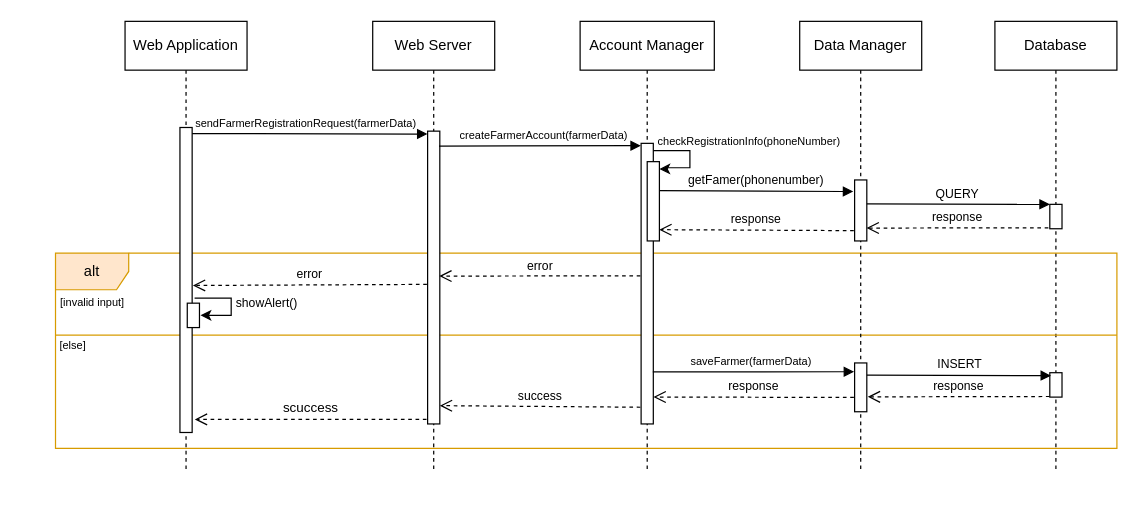
This is page "FM-registration-UC6" (1 of 14) of DD/UML/Runtime.drawio from ictar/DREAM-SE2-Project-2022, a draw.io file, before an edit. Source tidied: cells renumbered, new cells numbered last; positions are measured from the earlier drawing's top-left corner, leaving out a move shared by most shapes. Both pictures are drawn from the tidied source at 122%, with x=0, y=0 at pixel (21, 21).
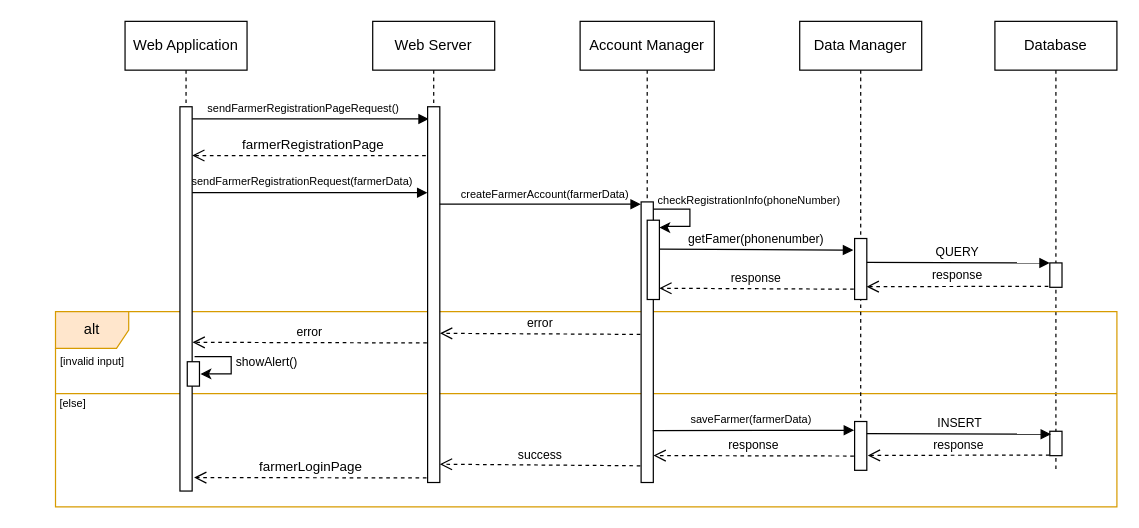
After the change.

Unchanged cells that the change refers to:
```xml
<mxCell id="2" value="Database" style="shape=umlLifeline;perimeter=lifelinePerimeter;whiteSpace=wrap;html=1;" parent="1" vertex="1">
  <mxGeometry x="798" width="100" height="370" as="geometry" />
</mxCell>
<mxCell id="8" value="Web Application" style="shape=umlLifeline;perimeter=lifelinePerimeter;whiteSpace=wrap;html=1;outlineConnect=0;" parent="1" vertex="1">
  <mxGeometry x="85" width="100" height="370" as="geometry" />
</mxCell>
<mxCell id="15" value="Account Manager" style="shape=umlLifeline;perimeter=lifelinePerimeter;whiteSpace=wrap;html=1;" parent="1" vertex="1">
  <mxGeometry x="458" width="110" height="370" as="geometry" />
</mxCell>
<mxCell id="19" value="Data Manager" style="shape=umlLifeline;perimeter=lifelinePerimeter;whiteSpace=wrap;html=1;" parent="1" vertex="1">
  <mxGeometry x="638" width="100" height="370" as="geometry" />
</mxCell>
```

Change to the diagram source:
```diff
@@
+    <mxCell id="38" value="farmerRegistrationPage" style="html=1;verticalAlign=bottom;endArrow=open;dashed=1;endSize=8;rounded=0;" parent="1" edge="1" source="9">
+      <mxGeometry relative="1" as="geometry">
+        <mxPoint x="140" y="110" as="targetPoint" />
+      </mxGeometry>
+    </mxCell>
+    <mxCell id="39" value="&lt;font style=&quot;font-size: 9px&quot;&gt;sendFarmerRegistrationPageRequest&lt;/font&gt;&lt;font style=&quot;font-size: 9px&quot;&gt;(&lt;/font&gt;&lt;font style=&quot;font-size: 9px&quot;&gt;)&lt;/font&gt;" style="html=1;verticalAlign=bottom;endArrow=block;rounded=0;entryX=-0.005;entryY=0.006;entryDx=0;entryDy=0;entryPerimeter=0;" parent="1" edge="1">
+      <mxGeometry x="-0.04" relative="1" as="geometry">
+        <mxPoint x="136" y="80" as="sourcePoint" />
+        <mxPoint x="334" y="80" as="targetPoint" />
+      </mxGeometry>
+    </mxCell>
@@
     <mxCell id="3" value="alt" style="shape=umlFrame;whiteSpace=wrap;html=1;fillColor=#ffe6cc;strokeColor=#d79b00;" parent="2" vertex="1">
-      <mxGeometry x="-770" y="190" width="870" height="160" as="geometry" />
+      <mxGeometry x="-770" y="238" width="870" height="160" as="geometry" />
     </mxCell>
     <mxCell id="4" style="html=1;perimeter=orthogonalPerimeter;" parent="2" vertex="1">
-      <mxGeometry x="45" y="150" width="10" height="20" as="geometry" />
+      <mxGeometry x="45" y="198" width="10" height="20" as="geometry" />
     </mxCell>
     <mxCell id="5" style="html=1;perimeter=orthogonalPerimeter;" parent="2" vertex="1">
-      <mxGeometry x="45" y="288" width="10" height="20" as="geometry" />
+      <mxGeometry x="45" y="336" width="10" height="20" as="geometry" />
     </mxCell>
     <mxCell id="6" value="&lt;font size=&quot;1&quot;&gt;QUERY&lt;/font&gt;" style="html=1;verticalAlign=bottom;endArrow=block;rounded=0;entryX=-0.107;entryY=0.51;entryDx=0;entryDy=0;entryPerimeter=0;exitX=0.903;exitY=0.393;exitDx=0;exitDy=0;exitPerimeter=0;" parent="2" edge="1" source="20">
       <mxGeometry relative="1" as="geometry">
-        <mxPoint x="45" y="150" as="targetPoint" />
+        <mxPoint x="45" y="198" as="targetPoint" />
       </mxGeometry>
     </mxCell>
     <mxCell id="7" style="endArrow=none;html=1;rounded=0;fontSize=9;exitX=0;exitY=0.345;exitDx=0;exitDy=0;exitPerimeter=0;entryX=1;entryY=0.345;entryDx=0;entryDy=0;entryPerimeter=0;fillColor=#ffe6cc;strokeColor=#d79b00;" parent="2" edge="1">
       <mxGeometry relative="1" as="geometry">
-        <mxPoint x="-770" y="257.2" as="sourcePoint" />
-        <mxPoint x="100" y="257.2" as="targetPoint" />
+        <mxPoint x="-770" y="305.2" as="sourcePoint" />
+        <mxPoint x="100" y="305.2" as="targetPoint" />
       </mxGeometry>
     </mxCell>
@@
     <mxCell id="9" value="Web Server" style="shape=umlLifeline;perimeter=lifelinePerimeter;whiteSpace=wrap;html=1;outlineConnect=0;" parent="1" vertex="1">
-      <mxGeometry x="288" width="100" height="370" as="geometry" />
+      <mxGeometry x="288" width="100" height="378" as="geometry" />
     </mxCell>
     <mxCell id="10" style="html=1;points=[];perimeter=orthogonalPerimeter;" parent="9" vertex="1">
-      <mxGeometry x="45" y="90" width="10" height="240" as="geometry" />
+      <mxGeometry x="45" y="70" width="10" height="308" as="geometry" />
     </mxCell>
-    <mxCell id="11" value="&lt;font style=&quot;font-size: 9px&quot;&gt;sendFarmerRegistrationRequest&lt;/font&gt;&lt;font style=&quot;font-size: 9px&quot;&gt;(farmerData&lt;/font&gt;&lt;font style=&quot;font-size: 9px&quot;&gt;)&lt;/font&gt;" style="html=1;verticalAlign=bottom;endArrow=block;rounded=0;entryX=-0.005;entryY=0.006;entryDx=0;entryDy=0;entryPerimeter=0;exitX=0.965;exitY=0.02;exitDx=0;exitDy=0;exitPerimeter=0;" parent="1" edge="1" source="13">
+    <mxCell id="11" value="&lt;font style=&quot;font-size: 9px&quot;&gt;sendFarmerRegistrationRequest&lt;/font&gt;&lt;font style=&quot;font-size: 9px&quot;&gt;(farmerData&lt;/font&gt;&lt;font style=&quot;font-size: 9px&quot;&gt;)&lt;/font&gt;" style="html=1;verticalAlign=bottom;endArrow=block;rounded=0;entryX=-0.005;entryY=0.006;entryDx=0;entryDy=0;entryPerimeter=0;" parent="1" edge="1" source="8">
       <mxGeometry x="-0.04" relative="1" as="geometry">
-        <mxPoint x="332.9" y="92.4" as="targetPoint" />
+        <mxPoint x="332.9" y="140.4" as="targetPoint" />
       </mxGeometry>
     </mxCell>
-    <mxCell id="12" value="scuccess" style="html=1;verticalAlign=bottom;endArrow=open;dashed=1;endSize=8;exitX=-0.09;exitY=0.822;rounded=0;exitDx=0;exitDy=0;exitPerimeter=0;entryX=1.219;entryY=0.957;entryDx=0;entryDy=0;entryPerimeter=0;" parent="1" edge="1" target="13">
+    <mxCell id="12" value="farmerLoginPage" style="html=1;verticalAlign=bottom;endArrow=open;dashed=1;endSize=8;exitX=-0.09;exitY=0.822;rounded=0;exitDx=0;exitDy=0;exitPerimeter=0;entryX=1.159;entryY=0.965;entryDx=0;entryDy=0;entryPerimeter=0;" parent="1" edge="1" target="13">
       <mxGeometry relative="1" as="geometry">
-        <mxPoint x="332.1" y="326.2" as="sourcePoint" />
+        <mxPoint x="332.1" y="374.2" as="sourcePoint" />
       </mxGeometry>
     </mxCell>
     <mxCell id="13" style="html=1;points=[];perimeter=orthogonalPerimeter;" parent="1" vertex="1">
-      <mxGeometry x="130" y="87" width="10" height="250" as="geometry" />
+      <mxGeometry x="130" y="70" width="10" height="315" as="geometry" />
     </mxCell>
     <mxCell id="14" value="&lt;font style=&quot;font-size: 9px&quot;&gt;[invalid input]&lt;/font&gt;" style="text;html=1;strokeColor=none;fillColor=none;align=center;verticalAlign=middle;whiteSpace=wrap;rounded=0;" parent="1" vertex="1">
-      <mxGeometry x="16" y="215" width="85" height="30" as="geometry" />
+      <mxGeometry x="16" y="263" width="85" height="30" as="geometry" />
     </mxCell>
@@
     <mxCell id="16" style="html=1;points=[];perimeter=orthogonalPerimeter;" parent="15" vertex="1">
-      <mxGeometry x="50" y="100" width="10" height="230" as="geometry" />
+      <mxGeometry x="50" y="148" width="10" height="230" as="geometry" />
     </mxCell>
     <mxCell id="17" style="html=1;points=[];perimeter=orthogonalPerimeter;" parent="15" vertex="1">
-      <mxGeometry x="55" y="115" width="10" height="65" as="geometry" />
+      <mxGeometry x="55" y="163" width="10" height="65" as="geometry" />
     </mxCell>
     <mxCell id="18" style="endArrow=classic;html=1;rounded=0;fontSize=9;entryX=0.995;entryY=0.092;entryDx=0;entryDy=0;entryPerimeter=0;edgeStyle=orthogonalEdgeStyle;endFill=1;" parent="15" edge="1" source="16" target="17">
       <mxGeometry relative="1" as="geometry">
         <Array as="points">
-          <mxPoint x="90" y="106" />
-          <mxPoint x="90" y="120" />
-          <mxPoint x="70" y="120" />
-          <mxPoint x="65" y="121" />
+          <mxPoint x="90" y="154" />
+          <mxPoint x="90" y="168" />
+          <mxPoint x="70" y="168" />
+          <mxPoint x="65" y="169" />
         </Array>
       </mxGeometry>
     </mxCell>
@@
     <mxCell id="20" style="html=1;points=[];perimeter=orthogonalPerimeter;" parent="19" vertex="1">
-      <mxGeometry x="45" y="130" width="10" height="50" as="geometry" />
+      <mxGeometry x="45" y="178" width="10" height="50" as="geometry" />
     </mxCell>
     <mxCell id="21" style="html=1;perimeter=orthogonalPerimeter;" parent="19" vertex="1">
-      <mxGeometry x="45" y="280" width="10" height="40" as="geometry" />
+      <mxGeometry x="45" y="328" width="10" height="40" as="geometry" />
     </mxCell>
-    <mxCell id="22" value="&lt;font style=&quot;font-size: 9px&quot;&gt;&lt;font style=&quot;font-size: 9px&quot;&gt;&lt;font style=&quot;font-size: 9px&quot;&gt;createFarmerAccount(farmerData&lt;/font&gt;&lt;/font&gt;&lt;font style=&quot;font-size: 9px&quot;&gt;&lt;font style=&quot;font-size: 9px&quot;&gt;)&lt;/font&gt;&lt;/font&gt;&lt;/font&gt;" style="html=1;verticalAlign=bottom;endArrow=block;rounded=0;entryX=-0.021;entryY=0.004;entryDx=0;entryDy=0;entryPerimeter=0;exitX=0.932;exitY=0.051;exitDx=0;exitDy=0;exitPerimeter=0;" parent="1" edge="1" source="10">
+    <mxCell id="22" value="&lt;font style=&quot;font-size: 9px&quot;&gt;&lt;font style=&quot;font-size: 9px&quot;&gt;&lt;font style=&quot;font-size: 9px&quot;&gt;createFarmerAccount(farmerData&lt;/font&gt;&lt;/font&gt;&lt;font style=&quot;font-size: 9px&quot;&gt;&lt;font style=&quot;font-size: 9px&quot;&gt;)&lt;/font&gt;&lt;/font&gt;&lt;/font&gt;" style="html=1;verticalAlign=bottom;endArrow=block;rounded=0;entryX=-0.021;entryY=0.004;entryDx=0;entryDy=0;entryPerimeter=0;" parent="1" edge="1" source="10">
       <mxGeometry x="0.04" relative="1" as="geometry">
-        <mxPoint x="507.8" y="101.9" as="targetPoint" />
+        <mxPoint x="507.8" y="149.9" as="targetPoint" />
       </mxGeometry>
     </mxCell>
     <mxCell id="23" value="&lt;font size=&quot;1&quot;&gt;getFamer(phonenumber)&lt;/font&gt;" style="html=1;verticalAlign=bottom;endArrow=block;rounded=0;entryX=-0.107;entryY=0.51;entryDx=0;entryDy=0;entryPerimeter=0;exitX=1.015;exitY=0.742;exitDx=0;exitDy=0;exitPerimeter=0;" parent="1" edge="1">
       <mxGeometry relative="1" as="geometry">
-        <mxPoint x="523.1" y="138.7" as="sourcePoint" />
-        <mxPoint x="681.9" y="139.5" as="targetPoint" />
+        <mxPoint x="523.1" y="186.7" as="sourcePoint" />
+        <mxPoint x="681.9" y="187.5" as="targetPoint" />
       </mxGeometry>
     </mxCell>
     <mxCell id="24" value="&lt;span style=&quot;color: rgb(0 , 0 , 0) ; font-family: &amp;#34;helvetica&amp;#34; ; font-style: normal ; font-weight: 400 ; letter-spacing: normal ; text-align: center ; text-indent: 0px ; text-transform: none ; word-spacing: 0px ; background-color: rgb(255 , 255 , 255) ; display: inline ; float: none&quot;&gt;&lt;font style=&quot;font-size: 9px&quot;&gt;checkRegistrationInfo(&lt;span lang=&quot;EN-US&quot; style=&quot;font-family: &amp;#34;helvetica&amp;#34; ; line-height: 9.63px&quot;&gt;phoneNumbe&lt;/span&gt;&lt;span lang=&quot;EN-US&quot; style=&quot;font-family: &amp;#34;helvetica&amp;#34; ; line-height: 9.63px&quot;&gt;r&lt;/span&gt;)&lt;/font&gt;&lt;/span&gt;" style="text;whiteSpace=wrap;html=1;fontSize=9;" parent="1" vertex="1">
-      <mxGeometry x="520" y="87" width="140" height="20" as="geometry" />
+      <mxGeometry x="520" y="135" width="140" height="20" as="geometry" />
     </mxCell>
     <mxCell id="25" value="&lt;font style=&quot;font-size: 10px&quot;&gt;response&lt;/font&gt;" style="html=1;verticalAlign=bottom;endArrow=open;dashed=1;endSize=8;rounded=0;entryX=0.98;entryY=0.789;entryDx=0;entryDy=0;entryPerimeter=0;exitX=-0.021;exitY=1.06;exitDx=0;exitDy=0;exitPerimeter=0;" parent="1" edge="1" target="20">
       <mxGeometry relative="1" as="geometry">
-        <mxPoint x="841.8" y="169.2" as="sourcePoint" />
+        <mxPoint x="841.8" y="217.2" as="sourcePoint" />
       </mxGeometry>
     </mxCell>
@@
-    <mxCell id="27" value="&lt;font style=&quot;font-size: 10px&quot;&gt;error&lt;/font&gt;" style="html=1;verticalAlign=bottom;endArrow=open;dashed=1;endSize=8;rounded=0;exitX=-0.067;exitY=0.831;exitDx=0;exitDy=0;exitPerimeter=0;entryX=0.953;entryY=0.495;entryDx=0;entryDy=0;entryPerimeter=0;" parent="1" edge="1" target="10">
+    <mxCell id="27" value="&lt;font style=&quot;font-size: 10px&quot;&gt;error&lt;/font&gt;" style="html=1;verticalAlign=bottom;endArrow=open;dashed=1;endSize=8;rounded=0;exitX=-0.067;exitY=0.831;exitDx=0;exitDy=0;exitPerimeter=0;entryX=1.014;entryY=0.603;entryDx=0;entryDy=0;entryPerimeter=0;" parent="1" edge="1" target="10">
       <mxGeometry relative="1" as="geometry">
-        <mxPoint x="507.4" y="208.6" as="sourcePoint" />
+        <mxPoint x="507.4" y="256.6" as="sourcePoint" />
       </mxGeometry>
     </mxCell>
-    <mxCell id="28" value="&lt;font style=&quot;font-size: 10px&quot;&gt;error&lt;/font&gt;" style="html=1;verticalAlign=bottom;endArrow=open;dashed=1;endSize=8;rounded=0;exitX=-0.067;exitY=0.831;exitDx=0;exitDy=0;exitPerimeter=0;entryX=1.06;entryY=0.518;entryDx=0;entryDy=0;entryPerimeter=0;" parent="1" edge="1" target="13">
+    <mxCell id="28" value="&lt;font style=&quot;font-size: 10px&quot;&gt;error&lt;/font&gt;" style="html=1;verticalAlign=bottom;endArrow=open;dashed=1;endSize=8;rounded=0;exitX=-0.067;exitY=0.831;exitDx=0;exitDy=0;exitPerimeter=0;entryX=1.029;entryY=0.613;entryDx=0;entryDy=0;entryPerimeter=0;" parent="1" edge="1" target="13">
       <mxGeometry relative="1" as="geometry">
-        <mxPoint x="332.4" y="215.6" as="sourcePoint" />
+        <mxPoint x="332.4" y="263.6" as="sourcePoint" />
       </mxGeometry>
     </mxCell>
     <mxCell id="29" style="html=1;perimeter=orthogonalPerimeter;" parent="1" vertex="1">
-      <mxGeometry x="136" y="231" width="10" height="20" as="geometry" />
+      <mxGeometry x="136" y="279" width="10" height="20" as="geometry" />
     </mxCell>
     <mxCell id="30" style="endArrow=classic;html=1;rounded=0;fontSize=9;entryX=0.978;entryY=0.131;entryDx=0;entryDy=0;entryPerimeter=0;edgeStyle=orthogonalEdgeStyle;endFill=1;" parent="1" edge="1">
       <mxGeometry relative="1" as="geometry">
-        <mxPoint x="142" y="226.8" as="sourcePoint" />
-        <mxPoint x="146.8" y="241" as="targetPoint" />
+        <mxPoint x="142" y="274.8" as="sourcePoint" />
+        <mxPoint x="146.8" y="289" as="targetPoint" />
         <Array as="points">
-          <mxPoint x="172" y="226.8" />
-          <mxPoint x="172" y="240.8" />
-          <mxPoint x="147" y="240.8" />
+          <mxPoint x="172" y="274.8" />
+          <mxPoint x="172" y="288.8" />
+          <mxPoint x="147" y="288.8" />
         </Array>
       </mxGeometry>
     </mxCell>
     <mxCell id="31" value="showAlert()" style="text;html=1;align=center;verticalAlign=middle;strokeColor=none;fillColor=none;fontSize=10;" parent="1" vertex="1">
-      <mxGeometry x="166" y="221" width="70" height="20" as="geometry" />
+      <mxGeometry x="166" y="269" width="70" height="20" as="geometry" />
     </mxCell>
     <mxCell id="32" value="&lt;font style=&quot;font-size: 9px&quot;&gt;saveFarmer&lt;font style=&quot;font-size: 9px&quot;&gt;(farmerData&lt;/font&gt;&lt;font style=&quot;font-size: 9px&quot;&gt;)&lt;/font&gt;&lt;/font&gt;" style="html=1;verticalAlign=bottom;endArrow=block;rounded=0;entryX=0.061;entryY=0.031;entryDx=0;entryDy=0;entryPerimeter=0;exitX=1.064;exitY=0.745;exitDx=0;exitDy=0;exitPerimeter=0;" parent="1" edge="1">
       <mxGeometry x="-0.03" relative="1" as="geometry">
-        <mxPoint x="517.6" y="287.4" as="sourcePoint" />
-        <mxPoint x="682.6" y="287.2" as="targetPoint" />
+        <mxPoint x="517.6" y="335.4" as="sourcePoint" />
+        <mxPoint x="682.6" y="335.2" as="targetPoint" />
       </mxGeometry>
     </mxCell>
     <mxCell id="33" value="&lt;font size=&quot;1&quot;&gt;INSERT&lt;/font&gt;" style="html=1;verticalAlign=bottom;endArrow=block;rounded=0;entryX=-0.107;entryY=0.51;entryDx=0;entryDy=0;entryPerimeter=0;exitX=0.903;exitY=0.393;exitDx=0;exitDy=0;exitPerimeter=0;" parent="1" edge="1">
       <mxGeometry relative="1" as="geometry">
-        <mxPoint x="693" y="290" as="sourcePoint" />
-        <mxPoint x="844" y="290.4" as="targetPoint" />
+        <mxPoint x="693" y="338" as="sourcePoint" />
+        <mxPoint x="844" y="338.4" as="targetPoint" />
       </mxGeometry>
     </mxCell>
     <mxCell id="34" value="&lt;font style=&quot;font-size: 10px&quot;&gt;response&lt;/font&gt;" style="html=1;verticalAlign=bottom;endArrow=open;dashed=1;endSize=8;rounded=0;entryX=0.98;entryY=0.789;entryDx=0;entryDy=0;entryPerimeter=0;exitX=-0.021;exitY=1.06;exitDx=0;exitDy=0;exitPerimeter=0;" parent="1" edge="1">
       <mxGeometry relative="1" as="geometry">
-        <mxPoint x="842.8" y="307.5" as="sourcePoint" />
-        <mxPoint x="693.8" y="307.8" as="targetPoint" />
+        <mxPoint x="842.8" y="355.5" as="sourcePoint" />
+        <mxPoint x="693.8" y="355.8" as="targetPoint" />
       </mxGeometry>
     </mxCell>
     <mxCell id="35" value="&lt;font style=&quot;font-size: 10px&quot;&gt;response&lt;/font&gt;" style="html=1;verticalAlign=bottom;endArrow=open;dashed=1;endSize=8;rounded=0;exitX=-0.067;exitY=0.831;exitDx=0;exitDy=0;exitPerimeter=0;entryX=1.014;entryY=0.904;entryDx=0;entryDy=0;entryPerimeter=0;" parent="1" edge="1" target="16">
       <mxGeometry relative="1" as="geometry">
-        <mxPoint x="682.4" y="308.3" as="sourcePoint" />
+        <mxPoint x="682.4" y="356.3" as="sourcePoint" />
       </mxGeometry>
     </mxCell>
     <mxCell id="36" value="&lt;font style=&quot;font-size: 10px&quot;&gt;success&lt;/font&gt;" style="html=1;verticalAlign=bottom;endArrow=open;dashed=1;endSize=8;rounded=0;exitX=-0.067;exitY=0.831;exitDx=0;exitDy=0;exitPerimeter=0;entryX=0.992;entryY=0.251;entryDx=0;entryDy=0;entryPerimeter=0;" parent="1" edge="1">
       <mxGeometry relative="1" as="geometry">
-        <mxPoint x="507.4" y="316.3" as="sourcePoint" />
-        <mxPoint x="343" y="315" as="targetPoint" />
+        <mxPoint x="507.4" y="364.3" as="sourcePoint" />
+        <mxPoint x="343" y="363" as="targetPoint" />
       </mxGeometry>
     </mxCell>
     <mxCell id="37" value="&lt;font style=&quot;font-size: 9px&quot;&gt;[else]&lt;/font&gt;" style="text;html=1;strokeColor=none;fillColor=none;align=center;verticalAlign=middle;whiteSpace=wrap;rounded=0;" parent="1" vertex="1">
-      <mxGeometry y="250" width="85" height="30" as="geometry" />
+      <mxGeometry y="298" width="85" height="30" as="geometry" />
     </mxCell>
```
